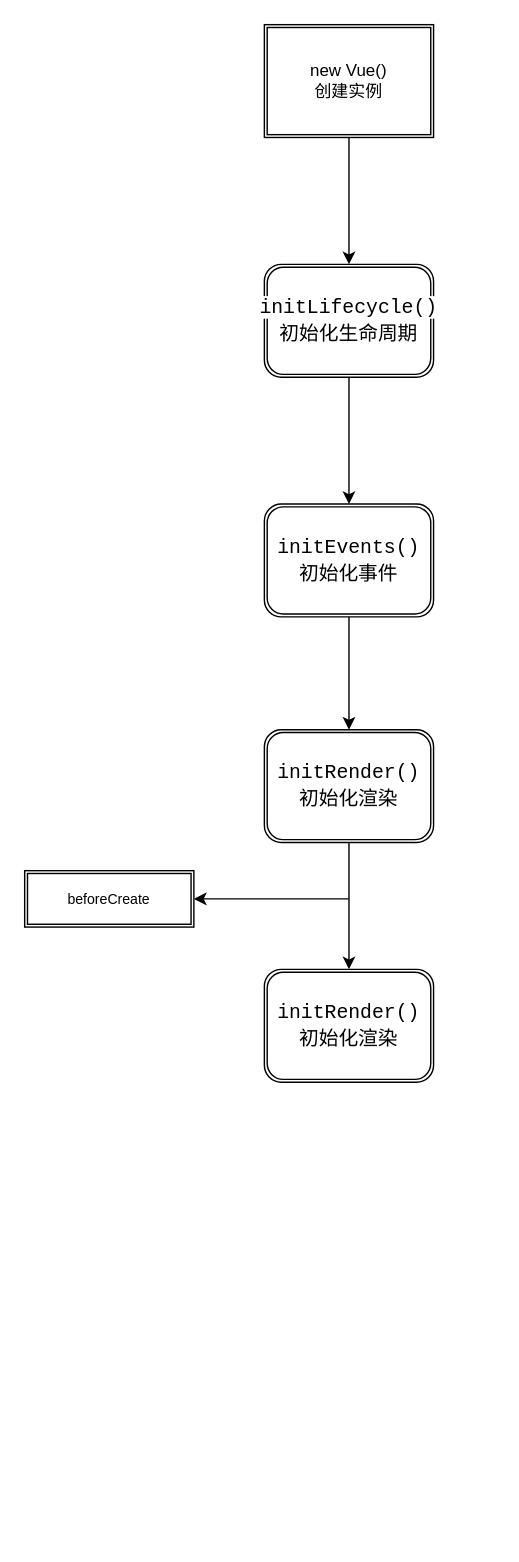
Before: Untitled Diagram.drawio in 5102a/Drawing-Board-Canvas, a draw.io diagram. Source tidied: cells renumbered, new cells numbered last; positions are measured from the earlier drawing's top-left corner, leaving out a move shared by most shapes. Both pictures are drawn from the tidied source at 141%, with x=0, y=0 at pixel (24, 24).
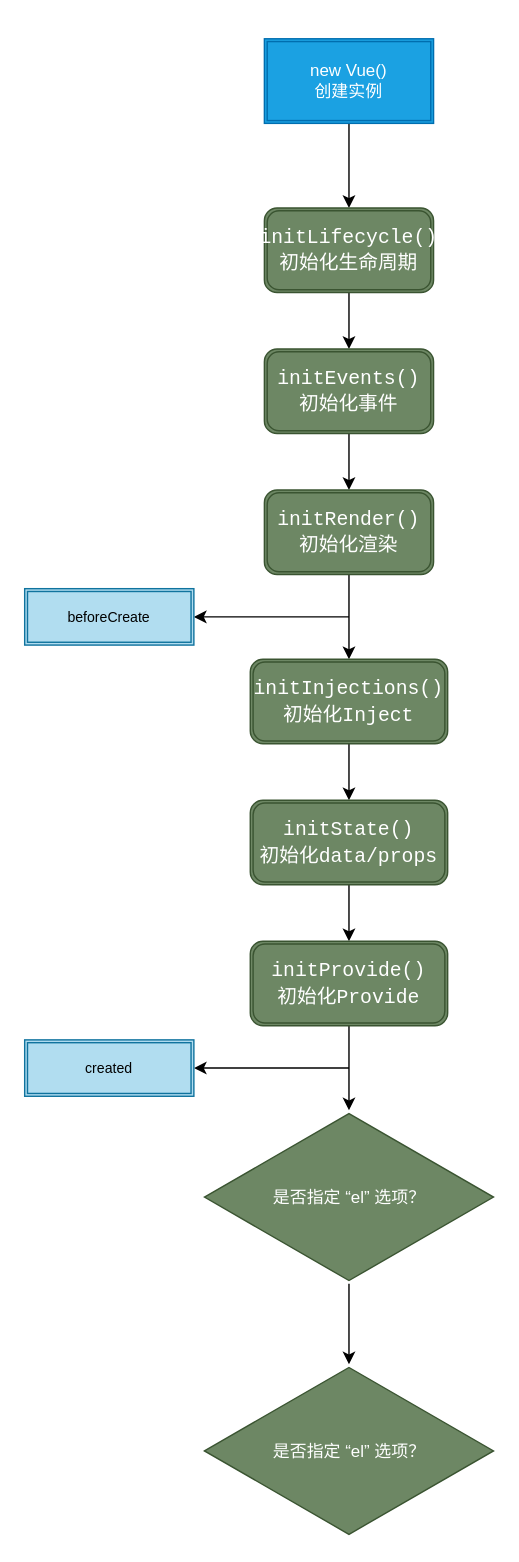
The same page after the edit.

Diff of the diagram source:
```diff
@@
-    <mxCell id="3" value="new Vue()&lt;br&gt;创建实例" style="shape=ext;double=1;rounded=0;whiteSpace=wrap;html=1;" parent="1" vertex="1">
-      <mxGeometry x="170" width="120" height="80" as="geometry" />
+    <mxCell id="3" value="new Vue()&lt;br&gt;创建实例" style="shape=ext;double=1;rounded=0;whiteSpace=wrap;html=1;fillColor=#1ba1e2;strokeColor=#006EAF;fontColor=#ffffff;" parent="1" vertex="1">
+      <mxGeometry x="170" y="10" width="120" height="60" as="geometry" />
     </mxCell>
@@
-    <mxCell id="5" value="&lt;div style=&quot;font-family: &amp;#34;consolas&amp;#34; , &amp;#34;courier new&amp;#34; , monospace ; font-size: 14px ; line-height: 19px&quot;&gt;&lt;font style=&quot;background-color: rgb(255 , 255 , 255)&quot;&gt;initLifecycle()&lt;/font&gt;&lt;/div&gt;&lt;div style=&quot;font-family: &amp;#34;consolas&amp;#34; , &amp;#34;courier new&amp;#34; , monospace ; font-size: 14px ; line-height: 19px&quot;&gt;&lt;font style=&quot;background-color: rgb(255 , 255 , 255)&quot;&gt;初始化生命周期&lt;/font&gt;&lt;/div&gt;" style="shape=ext;double=1;rounded=1;whiteSpace=wrap;html=1;" parent="1" vertex="1">
-      <mxGeometry x="170" y="170" width="120" height="80" as="geometry" />
+    <mxCell id="5" value="&lt;div style=&quot;font-family: &amp;#34;consolas&amp;#34; , &amp;#34;courier new&amp;#34; , monospace ; font-size: 14px ; line-height: 19px&quot;&gt;&lt;font&gt;initLifecycle()&lt;/font&gt;&lt;/div&gt;&lt;div style=&quot;font-family: &amp;#34;consolas&amp;#34; , &amp;#34;courier new&amp;#34; , monospace ; font-size: 14px ; line-height: 19px&quot;&gt;&lt;font&gt;初始化生命周期&lt;/font&gt;&lt;/div&gt;" style="shape=ext;double=1;rounded=1;whiteSpace=wrap;html=1;fillColor=#6d8764;strokeColor=#3A5431;fontColor=#ffffff;" parent="1" vertex="1">
+      <mxGeometry x="170" y="130" width="120" height="60" as="geometry" />
     </mxCell>
@@
-    <mxCell id="7" value="&lt;div style=&quot;font-family: &amp;#34;consolas&amp;#34; , &amp;#34;courier new&amp;#34; , monospace ; font-size: 14px ; line-height: 19px&quot;&gt;&lt;font style=&quot;background-color: rgb(255 , 255 , 255)&quot;&gt;initEvents()&lt;/font&gt;&lt;/div&gt;&lt;div style=&quot;font-family: &amp;#34;consolas&amp;#34; , &amp;#34;courier new&amp;#34; , monospace ; font-size: 14px ; line-height: 19px&quot;&gt;&lt;font style=&quot;background-color: rgb(255 , 255 , 255)&quot;&gt;初始化事件&lt;/font&gt;&lt;/div&gt;" style="shape=ext;double=1;rounded=1;whiteSpace=wrap;html=1;" parent="1" vertex="1">
-      <mxGeometry x="170" y="340" width="120" height="80" as="geometry" />
+    <mxCell id="7" value="&lt;div style=&quot;font-family: &amp;#34;consolas&amp;#34; , &amp;#34;courier new&amp;#34; , monospace ; font-size: 14px ; line-height: 19px&quot;&gt;&lt;font&gt;initEvents()&lt;/font&gt;&lt;/div&gt;&lt;div style=&quot;font-family: &amp;#34;consolas&amp;#34; , &amp;#34;courier new&amp;#34; , monospace ; font-size: 14px ; line-height: 19px&quot;&gt;&lt;font&gt;初始化事件&lt;/font&gt;&lt;/div&gt;" style="shape=ext;double=1;rounded=1;whiteSpace=wrap;html=1;fillColor=#6d8764;strokeColor=#3A5431;fontColor=#ffffff;" parent="1" vertex="1">
+      <mxGeometry x="170" y="230" width="120" height="60" as="geometry" />
     </mxCell>
@@
-    <mxCell id="9" value="&lt;div style=&quot;font-family: &amp;#34;consolas&amp;#34; , &amp;#34;courier new&amp;#34; , monospace ; font-size: 14px ; line-height: 19px&quot;&gt;&lt;font style=&quot;background-color: rgb(255 , 255 , 255)&quot;&gt;initRender()&lt;/font&gt;&lt;/div&gt;&lt;div style=&quot;font-family: &amp;#34;consolas&amp;#34; , &amp;#34;courier new&amp;#34; , monospace ; font-size: 14px ; line-height: 19px&quot;&gt;&lt;font style=&quot;background-color: rgb(255 , 255 , 255)&quot;&gt;初始化渲染&lt;/font&gt;&lt;/div&gt;" style="shape=ext;double=1;rounded=1;whiteSpace=wrap;html=1;" parent="1" vertex="1">
-      <mxGeometry x="170" y="500" width="120" height="80" as="geometry" />
+    <mxCell id="9" value="&lt;div style=&quot;font-family: &amp;#34;consolas&amp;#34; , &amp;#34;courier new&amp;#34; , monospace ; font-size: 14px ; line-height: 19px&quot;&gt;&lt;font&gt;initRender()&lt;/font&gt;&lt;/div&gt;&lt;div style=&quot;font-family: &amp;#34;consolas&amp;#34; , &amp;#34;courier new&amp;#34; , monospace ; font-size: 14px ; line-height: 19px&quot;&gt;&lt;font&gt;初始化渲染&lt;/font&gt;&lt;/div&gt;" style="shape=ext;double=1;rounded=1;whiteSpace=wrap;html=1;fillColor=#6d8764;strokeColor=#3A5431;fontColor=#ffffff;" parent="1" vertex="1">
+      <mxGeometry x="170" y="330" width="120" height="60" as="geometry" />
     </mxCell>
+    <mxCell id="13" style="edgeStyle=none;rounded=0;jettySize=auto;html=1;exitX=0.5;exitY=1;exitDx=0;exitDy=0;entryX=0.5;entryY=0;entryDx=0;entryDy=0;" parent="1" edge="1" source="10" target="15">
+      <mxGeometry relative="1" as="geometry" />
+    </mxCell>
-    <mxCell id="10" value="&lt;div style=&quot;font-family: &amp;#34;consolas&amp;#34; , &amp;#34;courier new&amp;#34; , monospace ; font-size: 14px ; line-height: 19px&quot;&gt;&lt;font style=&quot;background-color: rgb(255 , 255 , 255)&quot;&gt;initRender()&lt;/font&gt;&lt;/div&gt;&lt;div style=&quot;font-family: &amp;#34;consolas&amp;#34; , &amp;#34;courier new&amp;#34; , monospace ; font-size: 14px ; line-height: 19px&quot;&gt;&lt;font style=&quot;background-color: rgb(255 , 255 , 255)&quot;&gt;初始化渲染&lt;/font&gt;&lt;/div&gt;" style="shape=ext;double=1;rounded=1;whiteSpace=wrap;html=1;" parent="1" vertex="1">
-      <mxGeometry x="170" y="670" width="120" height="80" as="geometry" />
+    <mxCell id="10" value="&lt;div style=&quot;font-family: &amp;#34;consolas&amp;#34; , &amp;#34;courier new&amp;#34; , monospace ; font-size: 14px ; line-height: 19px&quot;&gt;&lt;font&gt;initInjections()&lt;/font&gt;&lt;/div&gt;&lt;div style=&quot;font-family: &amp;#34;consolas&amp;#34; , &amp;#34;courier new&amp;#34; , monospace ; font-size: 14px ; line-height: 19px&quot;&gt;&lt;font&gt;初始化Inject&lt;/font&gt;&lt;/div&gt;" style="shape=ext;double=1;rounded=1;whiteSpace=wrap;html=1;fillColor=#6d8764;strokeColor=#3A5431;fontColor=#ffffff;" parent="1" vertex="1">
+      <mxGeometry x="160" y="450" width="140" height="60" as="geometry" />
     </mxCell>
     <mxCell id="11" style="endArrow=classic;html=1;" parent="1" edge="1">
       <mxGeometry relative="1" as="geometry">
-        <mxPoint x="230" y="620" as="sourcePoint" />
-        <mxPoint x="120" y="620" as="targetPoint" />
+        <mxPoint x="230" y="420" as="sourcePoint" />
+        <mxPoint x="120" y="420" as="targetPoint" />
       </mxGeometry>
     </mxCell>
-    <mxCell id="12" value="&lt;font size=&quot;1&quot;&gt;beforeCreate&lt;/font&gt;" style="shape=ext;double=1;rounded=0;whiteSpace=wrap;html=1;strokeColor=#000000;" parent="1" vertex="1">
-      <mxGeometry y="600" width="120" height="40" as="geometry" />
+    <mxCell id="12" value="&lt;font size=&quot;1&quot;&gt;beforeCreate&lt;/font&gt;" style="shape=ext;double=1;rounded=0;whiteSpace=wrap;html=1;strokeColor=#10739e;fillColor=#b1ddf0;" parent="1" vertex="1">
+      <mxGeometry y="400" width="120" height="40" as="geometry" />
     </mxCell>
+    <mxCell id="14" style="edgeStyle=none;rounded=0;jettySize=auto;html=1;exitX=0.5;exitY=1;exitDx=0;exitDy=0;entryX=0.5;entryY=0;entryDx=0;entryDy=0;" parent="1" edge="1" source="15" target="17">
+      <mxGeometry relative="1" as="geometry" />
+    </mxCell>
+    <mxCell id="15" value="&lt;div style=&quot;font-family: &amp;#34;consolas&amp;#34; , &amp;#34;courier new&amp;#34; , monospace ; font-size: 14px ; line-height: 19px&quot;&gt;&lt;font&gt;initState()&lt;/font&gt;&lt;/div&gt;&lt;div style=&quot;font-family: &amp;#34;consolas&amp;#34; , &amp;#34;courier new&amp;#34; , monospace ; font-size: 14px ; line-height: 19px&quot;&gt;&lt;font&gt;初始化data/props&lt;/font&gt;&lt;/div&gt;" style="shape=ext;double=1;rounded=1;whiteSpace=wrap;html=1;fillColor=#6d8764;strokeColor=#3A5431;fontColor=#ffffff;" parent="1" vertex="1">
+      <mxGeometry x="160" y="550" width="140" height="60" as="geometry" />
+    </mxCell>
+    <mxCell id="16" style="edgeStyle=none;rounded=0;jettySize=auto;html=1;exitX=0.5;exitY=1;exitDx=0;exitDy=0;entryX=0.5;entryY=0;entryDx=0;entryDy=0;entryPerimeter=0;" parent="1" edge="1" source="17" target="21">
+      <mxGeometry relative="1" as="geometry" />
+    </mxCell>
+    <mxCell id="17" value="&lt;div style=&quot;font-family: &amp;#34;consolas&amp;#34; , &amp;#34;courier new&amp;#34; , monospace ; font-size: 14px ; line-height: 19px&quot;&gt;&lt;font&gt;initProvide()&lt;/font&gt;&lt;/div&gt;&lt;div style=&quot;font-family: &amp;#34;consolas&amp;#34; , &amp;#34;courier new&amp;#34; , monospace ; font-size: 14px ; line-height: 19px&quot;&gt;&lt;font&gt;初始化Provide&lt;/font&gt;&lt;/div&gt;" style="shape=ext;double=1;rounded=1;whiteSpace=wrap;html=1;fillColor=#6d8764;strokeColor=#3A5431;fontColor=#ffffff;" parent="1" vertex="1">
+      <mxGeometry x="160" y="650" width="140" height="60" as="geometry" />
+    </mxCell>
+    <mxCell id="18" style="endArrow=classic;html=1;" parent="1" edge="1">
+      <mxGeometry relative="1" as="geometry">
+        <mxPoint x="230" y="740" as="sourcePoint" />
+        <mxPoint x="120" y="740" as="targetPoint" />
+      </mxGeometry>
+    </mxCell>
+    <mxCell id="19" value="&lt;font size=&quot;1&quot;&gt;created&lt;/font&gt;" style="shape=ext;double=1;rounded=0;whiteSpace=wrap;html=1;strokeColor=#10739e;fillColor=#b1ddf0;" parent="1" vertex="1">
+      <mxGeometry y="720" width="120" height="40" as="geometry" />
+    </mxCell>
+    <mxCell id="20" style="edgeStyle=none;rounded=0;jettySize=auto;html=1;entryX=0.5;entryY=0.001;entryDx=0;entryDy=0;entryPerimeter=0;" parent="1" edge="1" source="21" target="22">
+      <mxGeometry relative="1" as="geometry" />
+    </mxCell>
+    <mxCell id="21" value="是否指定 “el” 选项？" style="html=1;whiteSpace=wrap;shape=isoRectangle;strokeColor=#3A5431;fillColor=#6d8764;fontColor=#ffffff;" parent="1" vertex="1">
+      <mxGeometry x="127.5" y="770" width="205" height="123" as="geometry" />
+    </mxCell>
+    <mxCell id="22" value="是否指定 “el” 选项？" style="html=1;whiteSpace=wrap;shape=isoRectangle;strokeColor=#3A5431;fillColor=#6d8764;fontColor=#ffffff;" parent="1" vertex="1">
+      <mxGeometry x="127.5" y="950" width="205" height="123" as="geometry" />
+    </mxCell>
```
